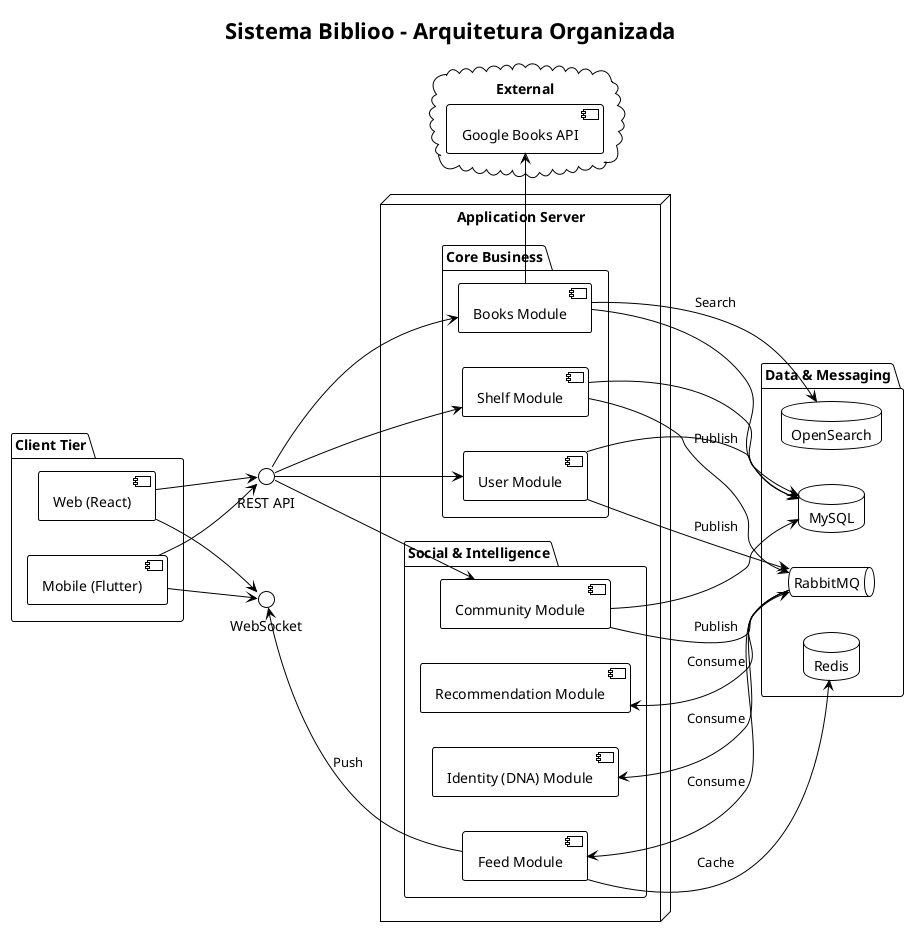
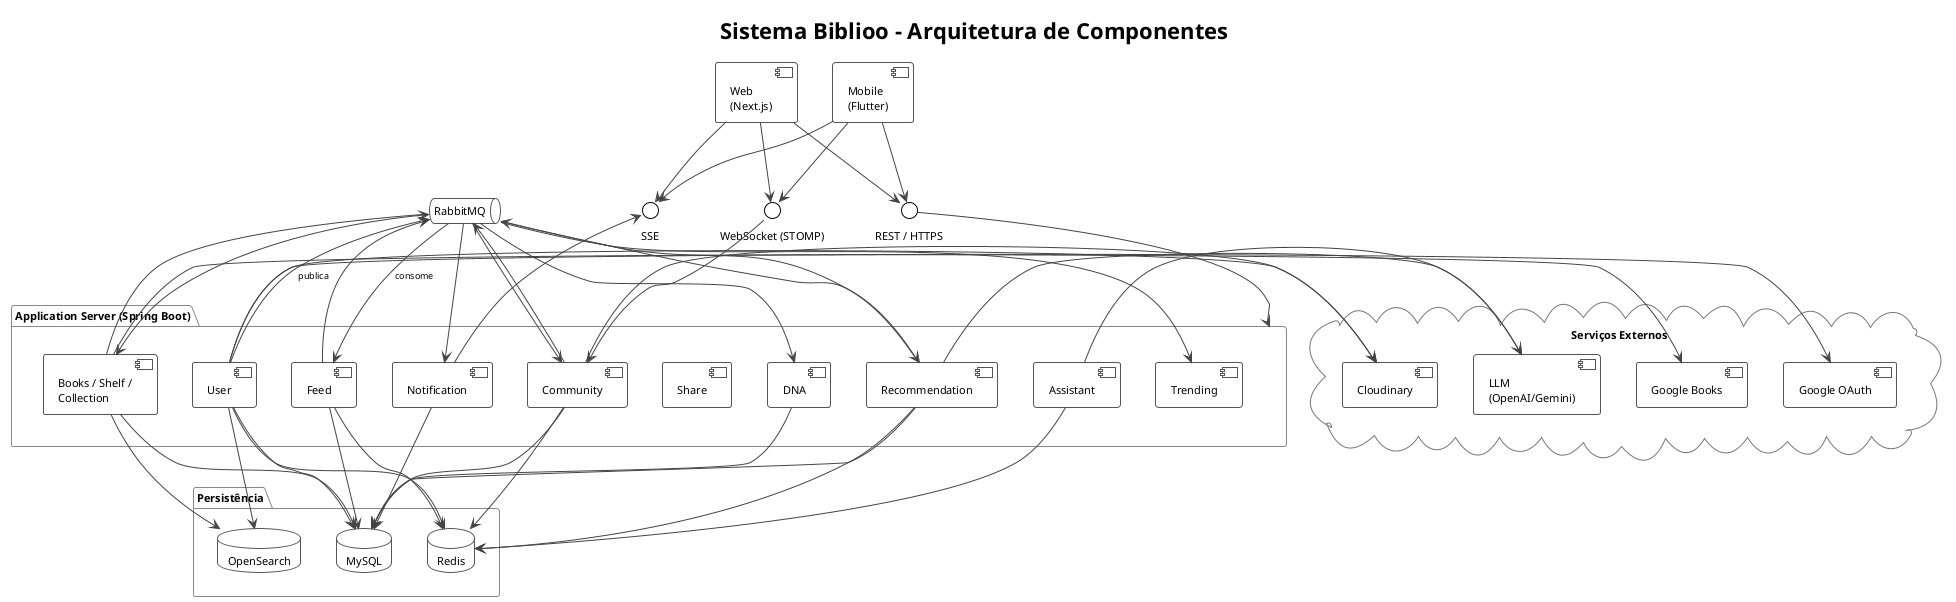
@startuml
!theme plain
skinparam componentStyle uml2
- ' Força o layout a seguir uma direção mais linear
- left to right direction
+ skinparam defaultFontSize 11
+ skinparam ArrowFontSize 9
+ skinparam PackageBorderColor #888888
+ skinparam PackageBorderThickness 1
+ skinparam ComponentBorderColor #555555
+ skinparam ArrowColor #444444
+ skinparam DatabaseBorderColor #555555
+ skinparam QueueBorderColor #555555
+ skinparam CloudBorderColor #777777

- title "Sistema Biblioo - Arquitetura Organizada"
+ title "Sistema Biblioo - Arquitetura de Componentes"

- ' --- CLIENT TIER (Topo) ---
- package "Client Tier" {
-     [Web (React)] as Web
-     [Mobile (Flutter)] as Mobile
+ ' ══════ CLIENTES ══════
+ together {
+   [Web\n(Next.js)] as Web
+   [Mobile\n(Flutter)] as Mobile
}

- ' --- INTERFACES ---
- interface "REST API" as API
- interface "WebSocket" as WS
- 
- ' --- APPLICATION SERVER (Centro) ---
- node "Application Server" {
- 
-     package "Core Business" {
-         [User Module] as User
-         [Books Module] as Books
-         [Shelf Module] as Shelf
-     }
- 
-     package "Social & Intelligence" {
-         [Community Module] as Community
-         [Feed Module] as Feed
-         [Recommendation Module] as Rec
-         [Identity (DNA) Module] as DNA
-     }
+ ' ══════ INTERFACES ══════
+ together {
+   interface "REST / HTTPS" as REST
+   interface "WebSocket (STOMP)" as WS
+   interface "SSE" as SSE
}

- ' --- INFRASTRUCTURE (Base) ---
- ' Usamos um grupo para manter todos no mesmo nível inferior
- package "Data & Messaging" {
-     queue "RabbitMQ" as MQ
+ ' ══════ APPLICATION SERVER ══════
+ package "Application Server (Spring Boot)" as AppServer {
+   together {
+     [User] as User
+     [Books / Shelf /\nCollection] as Books
+     [Community] as Community
+     [Feed] as Feed
+     [Notification] as Notif
+   }
+   together {
+     [Recommendation] as Rec
+     [DNA] as DNA
+     [Assistant] as Asst
+     [Trending] as Trend
+     [Share] as Share
+   }
+ }
+ 
+ ' ══════ MENSAGERIA ══════
+ queue "RabbitMQ" as MQ
+ 
+ ' ══════ PERSISTÊNCIA ══════
+ package "Persistência" {
+   together {
    database "MySQL" as MySQL
    database "Redis" as Redis
    database "OpenSearch" as OS
+   }
}

- cloud "External" {
-     [Google Books API] as GBooks
+ ' ══════ EXTERNOS ══════
+ cloud "Serviços Externos" {
+   together {
+     [Google Books] as GBooks
+     [Google OAuth] as GOAuth
+   }
+   together {
+     [Cloudinary] as Cloud
+     [LLM\n(OpenAI/Gemini)] as LLM
+   }
}

- ' --- FLUXO DE LAYOUT ---
+ ' ══════ CONEXÕES ══════

- ' 1. Conexões de Entrada (Top -> Down)
- Web --> API
- Mobile --> API
- Web --> WS
+ ' Clientes → Interfaces
+ Web    --> REST
+ Web    --> WS
+ Web    --> SSE
+ Mobile --> REST
Mobile --> WS
+ Mobile --> SSE

- ' 2. Distribuição da API para Módulos
- API --> User
- API --> Books
- API --> Shelf
- API --> Community
+ ' Interfaces → AppServer
+ REST --> AppServer
+ WS   --> Community
+ Notif --> SSE

- ' 3. Comunicação Interna e Eventos (Uso de direções específicas para evitar cruzamento)
- Shelf -down-> MQ : "Publish"
- Community -down-> MQ : "Publish"
- User -down-> MQ : "Publish"
+ ' AppServer → MQ (produtores)
+ User      --> MQ : "publica"
+ Books     --> MQ
+ Feed      --> MQ
+ Community --> MQ
+ Rec       --> MQ

- MQ -up-> Feed : "Consume"
- MQ -up-> Rec : "Consume"
- MQ -up-> DNA : "Consume"
+ ' MQ → AppServer (consumidores)
+ MQ --> Feed      : "consome"
+ MQ --> Notif
+ MQ --> DNA
+ MQ --> Rec
+ MQ --> Books
+ MQ --> Trend
+ MQ --> Community

- ' 4. Persistência e Serviços (Down)
- User -down-> MySQL
- Books -down-> MySQL
- Shelf -down-> MySQL
- Community -down-> MySQL
+ ' Persistência
+ User      --> MySQL
+ Books     --> MySQL
+ Feed      --> MySQL
+ Community --> MySQL
+ DNA       --> MySQL
+ Notif     --> MySQL
+ Rec       --> MySQL

- Books -right-> OS : "Search"
- Books -right-> GBooks
+ Feed      --> Redis
+ Asst      --> Redis
+ Community --> Redis
+ User      --> Redis
+ Rec       --> Redis

- Feed -down-> Redis : "Cache"
- Feed -left-> WS : "Push"
+ Books --> OS
+ User  --> OS
+ 
+ ' Externos
+ Books     -right-> GBooks
+ User      -right-> GOAuth
+ User      -right-> Cloud
+ Community -right-> Cloud
+ Rec       -right-> LLM
+ Asst      -right-> LLM

@enduml
